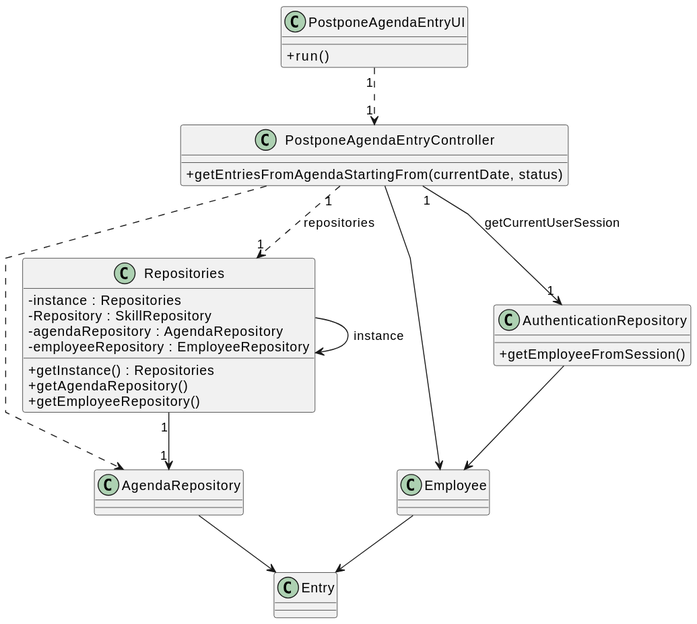
This is docs/sprintC/us24/03.design/svg/us24-class-diagram.svg from Paulo-Pereira-at-ISEP/lei-24-s2-1nanb-g321, a PlantUML export, as it was before one commit. Source of this version:
```plantuml
@startuml
skinparam packageStyle rectangle
skinparam shadowing false
skinparam linetype polyline

skinparam classAttributeIconSize 0


class PostponeAgendaEntryController {
    +getEntriesFromAgendaStartingFrom(currentDate, status)
}


class PostponeAgendaEntryUI {
    +run()
}


class Repositories{
    - instance : Repositories
    - Repository : SkillRepository
    - agendaRepository : AgendaRepository
    - employeeRepository : EmployeeRepository

    + getInstance() : Repositories
    + getAgendaRepository()
    + getEmployeeRepository()
}

class AgendaRepository{

}

class AuthenticationRepository{
    + getEmployeeFromSession()
}

class Entry {

}


class Employee {

}


PostponeAgendaEntryUI "1" ..> "1" PostponeAgendaEntryController




Repositories -> Repositories : instance
Repositories "1" --> "1" AgendaRepository

AgendaRepository --> Entry


PostponeAgendaEntryController ..> AgendaRepository
PostponeAgendaEntryController "1" ..> "1" Repositories : repositories
PostponeAgendaEntryController "1" --> "1" AuthenticationRepository : getCurrentUserSession

PostponeAgendaEntryController -> Employee

AuthenticationRepository --> Employee

Employee -> Entry
@enduml
```
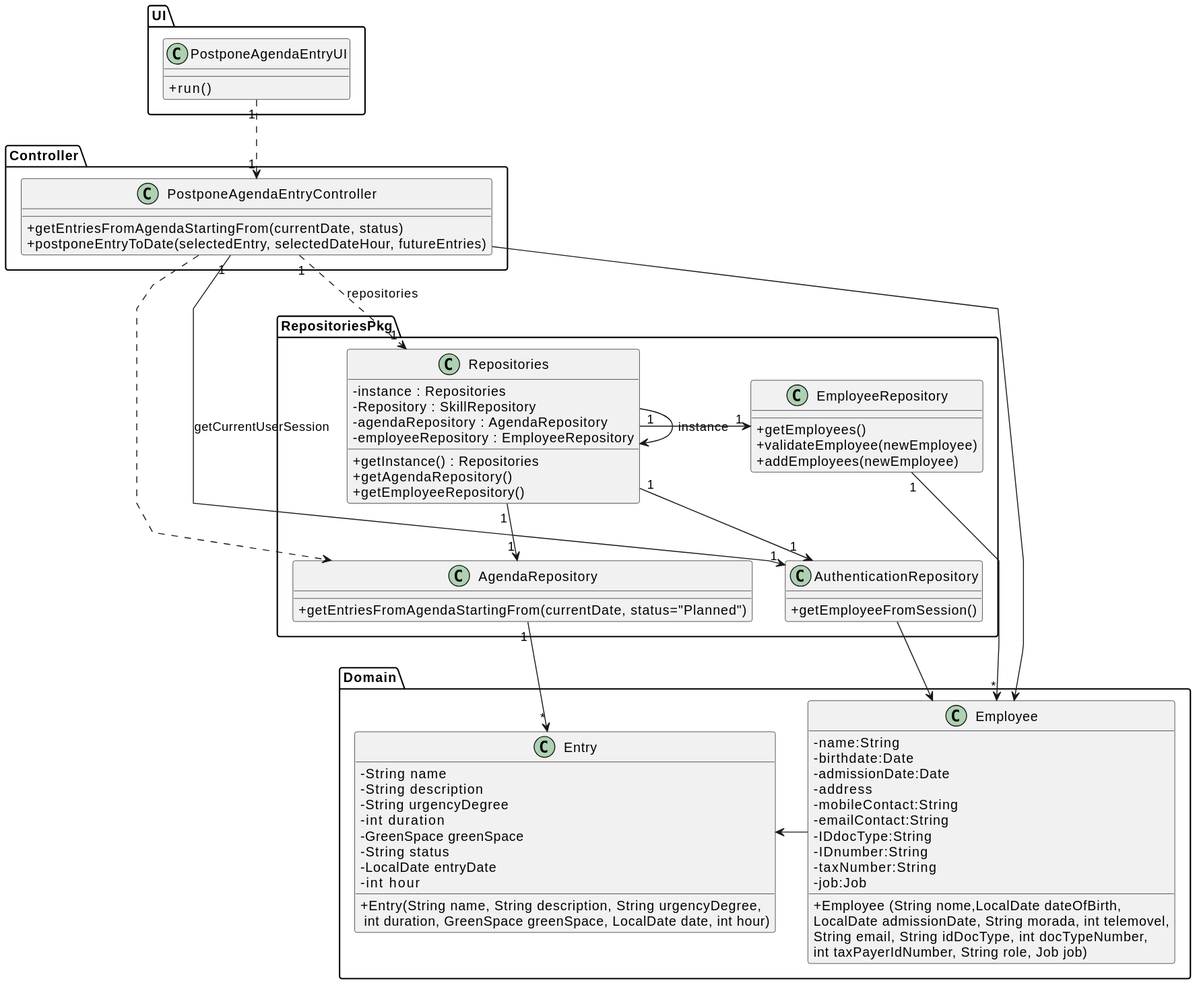
After the commit.

What changed in the source:
```diff
@@ -6,44 +6,78 @@
 skinparam classAttributeIconSize 0
 
 
-class PostponeAgendaEntryController {
-    +getEntriesFromAgendaStartingFrom(currentDate, status)
+Package Controller <<Folder>>{
+    class PostponeAgendaEntryController {
+        + getEntriesFromAgendaStartingFrom(currentDate, status)
+        + postponeEntryToDate(selectedEntry, selectedDateHour, futureEntries)
+    }
+}
+Package UI <<Folder>>{
+    class PostponeAgendaEntryUI {
+         +run()
+    }
+}
+
+Package RepositoriesPkg <<Folder>>{
+
+    class Repositories{
+         - instance : Repositories
+          - Repository : SkillRepository
+         - agendaRepository : AgendaRepository
+          - employeeRepository : EmployeeRepository
+
+          + getInstance() : Repositories
+          + getAgendaRepository()
+          + getEmployeeRepository()
+    }
+
+    class EmployeeRepository {
+
+        + getEmployees()
+        + validateEmployee(newEmployee)
+        + addEmployees(newEmployee)
+    }
+
+
+    class AgendaRepository{
+        + getEntriesFromAgendaStartingFrom(currentDate, status="Planned")
+    }
+
+    class AuthenticationRepository{
+         + getEmployeeFromSession()
+    }
 }
 
 
-class PostponeAgendaEntryUI {
-    +run()
-}
-
-
-class Repositories{
-    - instance : Repositories
-    - Repository : SkillRepository
-    - agendaRepository : AgendaRepository
-    - employeeRepository : EmployeeRepository
-
-    + getInstance() : Repositories
-    + getAgendaRepository()
-    + getEmployeeRepository()
-}
-
-class AgendaRepository{
+Package Domain <<Folder>>{
+class Entry {
+    - String name
+    - String description
+    - String urgencyDegree
+    - int duration
+    - GreenSpace greenSpace
+    - String status
+    - LocalDate entryDate
+    - int hour
+    + Entry(String name, String description, String urgencyDegree,\n int duration, GreenSpace greenSpace, LocalDate date, int hour)
 
 }
 
-class AuthenticationRepository{
-    + getEmployeeFromSession()
+class Employee {
+    -name:String
+    -birthdate:Date
+    -admissionDate:Date
+    -address
+    -mobileContact:String
+    -emailContact:String
+    -IDdocType:String
+    -IDnumber:String
+    -taxNumber:String
+    -job:Job
+
+    +Employee (String nome,LocalDate dateOfBirth,\nLocalDate admissionDate, String morada, int telemovel,\nString email, String idDocType, int docTypeNumber,\nint taxPayerIdNumber, String role, Job job)
 }
-
-class Entry {
-
 }
-
-
-class Employee {
-
-}
-
 
 PostponeAgendaEntryUI "1" ..> "1" PostponeAgendaEntryController
 
@@ -52,8 +86,11 @@
 
 Repositories -> Repositories : instance
 Repositories "1" --> "1" AgendaRepository
+Repositories "1" --> "1" AuthenticationRepository
+Repositories "1" -> "1" EmployeeRepository
 
-AgendaRepository --> Entry
+EmployeeRepository "1" -> "*" Employee
+AgendaRepository "1" --> "*" Entry
 
 
 PostponeAgendaEntryController ..> AgendaRepository
@@ -62,6 +99,7 @@
 
 PostponeAgendaEntryController -> Employee
 
+
 AuthenticationRepository --> Employee
 
 Employee -> Entry
```
